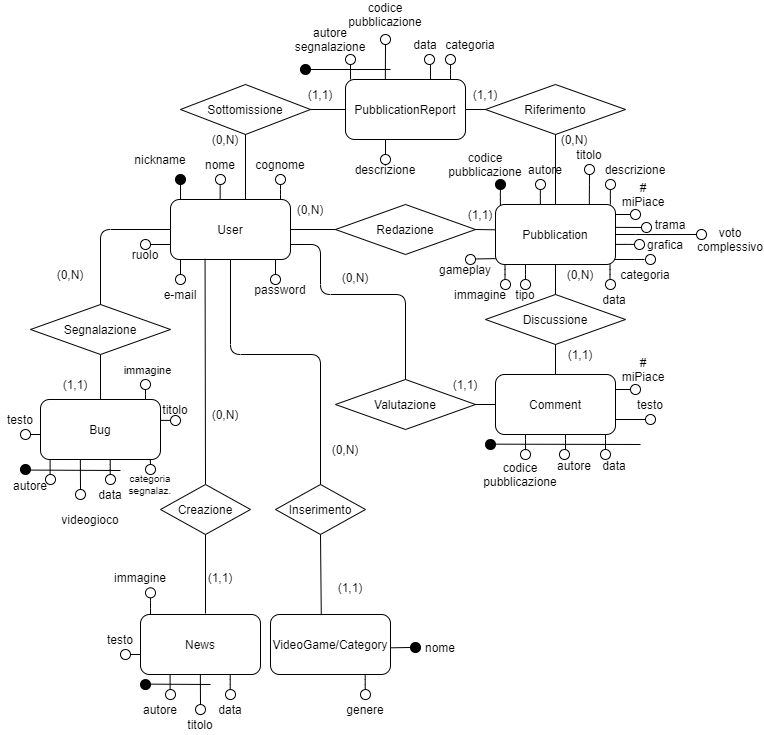
This is SDD/Schema E-R/ER-Ristrutturato.png from StraGame/StraGame, a draw.io export, as it was before one commit. Source tidied: cells renumbered, new cells last; positions are measured from the earlier drawing's top-left corner, leaving out a move shared by most shapes.
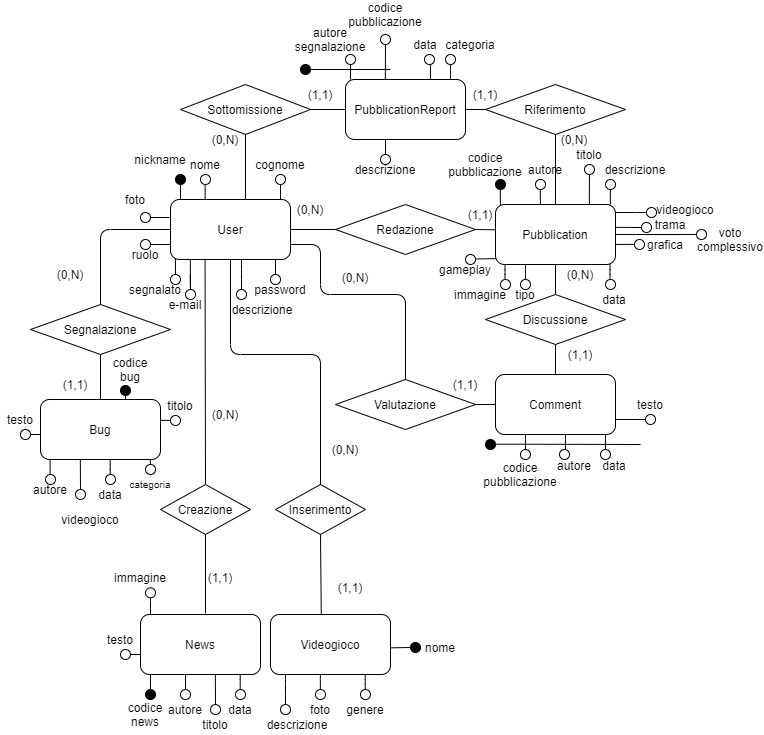
The same diagram one commit later.

The edit, as a diff of the source:
```diff
@@ -107,7 +107,7 @@
     <mxCell id="29" value="Inserimento" style="rhombus;whiteSpace=wrap;html=1;" parent="1" vertex="1">
       <mxGeometry x="275" y="480" width="90" height="50" as="geometry" />
     </mxCell>
-    <mxCell id="30" value="VideoGame/Category" style="rounded=1;whiteSpace=wrap;html=1;" parent="1" vertex="1">
+    <mxCell id="30" value="Videogioco" style="rounded=1;whiteSpace=wrap;html=1;" parent="1" vertex="1">
       <mxGeometry x="270" y="610" width="120" height="60" as="geometry" />
     </mxCell>
     <mxCell id="31" style="endArrow=none;html=1;entryX=0.5;entryY=1;entryDx=0;entryDy=0;exitX=0.423;exitY=-0.01;exitDx=0;exitDy=0;exitPerimeter=0;" parent="1" edge="1" source="30" target="29">
@@ -135,8 +135,8 @@
     </mxCell>
     <mxCell id="36" style="endArrow=none;html=1;" parent="1" edge="1">
       <mxGeometry relative="1" as="geometry">
-        <mxPoint x="219.7" y="195" as="sourcePoint" />
-        <mxPoint x="219.7" y="180" as="targetPoint" />
+        <mxPoint x="204.7" y="195" as="sourcePoint" />
+        <mxPoint x="204.7" y="180" as="targetPoint" />
       </mxGeometry>
     </mxCell>
     <mxCell id="37" style="endArrow=none;html=1;" parent="1" edge="1">
@@ -149,7 +149,7 @@
       </mxGeometry>
     </mxCell>
     <mxCell id="38" style="ellipse;whiteSpace=wrap;html=1;fillColor=none;" parent="1" vertex="1">
-      <mxGeometry x="215" y="170" width="10" height="10" as="geometry" />
+      <mxGeometry x="200" y="170" width="10" height="10" as="geometry" />
     </mxCell>
     <mxCell id="39" style="ellipse;whiteSpace=wrap;html=1;fillColor=none;" parent="1" vertex="1">
       <mxGeometry x="275" y="170" width="10" height="10" as="geometry" />
@@ -165,18 +165,18 @@
     </mxCell>
     <mxCell id="43" style="endArrow=none;html=1;" parent="1" edge="1">
       <mxGeometry relative="1" as="geometry">
-        <mxPoint x="180" y="270" as="sourcePoint" />
-        <mxPoint x="180" y="255" as="targetPoint" />
+        <mxPoint x="189.8" y="270" as="sourcePoint" />
+        <mxPoint x="189.8" y="255" as="targetPoint" />
         <Array as="points">
-          <mxPoint x="180" y="270" />
+          <mxPoint x="190" y="290" />
         </Array>
       </mxGeometry>
     </mxCell>
     <mxCell id="44" style="ellipse;whiteSpace=wrap;html=1;fillColor=none;" parent="1" vertex="1">
-      <mxGeometry x="175" y="270" width="10" height="10" as="geometry" />
+      <mxGeometry x="185" y="285" width="10" height="10" as="geometry" />
     </mxCell>
     <mxCell id="45" value="e-mail" style="text;html=1;strokeColor=none;fillColor=none;align=center;verticalAlign=middle;whiteSpace=wrap;rounded=0;" parent="1" vertex="1">
-      <mxGeometry x="160" y="280" width="40" height="20" as="geometry" />
+      <mxGeometry x="165" y="290" width="40" height="20" as="geometry" />
     </mxCell>
     <mxCell id="46" style="endArrow=none;html=1;" parent="1" edge="1">
       <mxGeometry relative="1" as="geometry">
@@ -229,7 +229,7 @@
       <mxGeometry x="365" y="155" width="40" height="20" as="geometry" />
     </mxCell>
     <mxCell id="57" value="nome" style="text;html=1;strokeColor=none;fillColor=none;align=center;verticalAlign=middle;whiteSpace=wrap;rounded=0;" parent="1" vertex="1">
-      <mxGeometry x="200" y="150" width="40" height="20" as="geometry" />
+      <mxGeometry x="185" y="150" width="40" height="20" as="geometry" />
     </mxCell>
     <mxCell id="58" value="nickname&lt;span style=&quot;color: rgba(0 , 0 , 0 , 0) ; font-family: monospace ; font-size: 0px&quot;&gt;%3CmxGraphModel%3E%3Croot%3E%3CmxCell%20id%3D%220%22%2F%3E%3CmxCell%20id%3D%221%22%20parent%3D%220%22%2F%3E%3CmxCell%20id%3D%222%22%20value%3D%22autore%22%20style%3D%22text%3Bhtml%3D1%3BstrokeColor%3Dnone%3BfillColor%3Dnone%3Balign%3Dcenter%3BverticalAlign%3Dmiddle%3BwhiteSpace%3Dwrap%3Brounded%3D0%3B%22%20vertex%3D%221%22%20parent%3D%221%22%3E%3CmxGeometry%20x%3D%22300%22%20y%3D%2270%22%20width%3D%2240%22%20height%3D%2220%22%20as%3D%22geometry%22%2F%3E%3C%2FmxCell%3E%3C%2Froot%3E%3C%2FmxGraphModel%3E&lt;/span&gt;" style="text;html=1;strokeColor=none;fillColor=none;align=center;verticalAlign=middle;whiteSpace=wrap;rounded=0;" parent="1" vertex="1">
       <mxGeometry x="140" y="145" width="40" height="20" as="geometry" />
@@ -403,21 +403,6 @@
     <mxCell id="94" value="voto complessivo" style="text;html=1;strokeColor=none;fillColor=none;align=center;verticalAlign=middle;whiteSpace=wrap;rounded=0;" parent="1" vertex="1">
       <mxGeometry x="710" y="225" width="40" height="20" as="geometry" />
     </mxCell>
-    <mxCell id="95" style="endArrow=none;html=1;exitX=1;exitY=0.583;exitDx=0;exitDy=0;exitPerimeter=0;" parent="1" edge="1">
-      <mxGeometry relative="1" as="geometry">
-        <mxPoint x="614" y="255" as="sourcePoint" />
-        <mxPoint x="644" y="255" as="targetPoint" />
-        <Array as="points">
-          <mxPoint x="643.9" y="255" />
-        </Array>
-      </mxGeometry>
-    </mxCell>
-    <mxCell id="96" style="ellipse;whiteSpace=wrap;html=1;fillColor=none;" parent="1" vertex="1">
-      <mxGeometry x="645" y="250" width="10" height="10" as="geometry" />
-    </mxCell>
-    <mxCell id="97" value="categoria" style="text;html=1;strokeColor=none;fillColor=none;align=center;verticalAlign=middle;whiteSpace=wrap;rounded=0;" parent="1" vertex="1">
-      <mxGeometry x="625" y="260" width="40" height="20" as="geometry" />
-    </mxCell>
     <mxCell id="98" style="ellipse;whiteSpace=wrap;html=1;fillColor=none;" parent="1" vertex="1">
       <mxGeometry x="520" y="445" width="10" height="10" as="geometry" />
     </mxCell>
@@ -484,11 +469,6 @@
         <mxPoint x="640" y="440" as="targetPoint" />
       </mxGeometry>
     </mxCell>
-    <mxCell id="112" style="endArrow=none;html=1;entryX=0.504;entryY=-0.271;entryDx=0;entryDy=0;entryPerimeter=0;" parent="1" edge="1" target="120">
-      <mxGeometry relative="1" as="geometry">
-        <mxPoint x="120" y="466" as="sourcePoint" />
-      </mxGeometry>
-    </mxCell>
     <mxCell id="113" style="endArrow=none;html=1;" parent="1" edge="1">
       <mxGeometry relative="1" as="geometry">
         <mxPoint x="49.6" y="470" as="sourcePoint" />
@@ -520,15 +500,15 @@
       <mxGeometry y="405" width="40" height="20" as="geometry" />
     </mxCell>
     <mxCell id="120" value="autore" style="text;html=1;strokeColor=none;fillColor=none;align=center;verticalAlign=middle;whiteSpace=wrap;rounded=0;" parent="1" vertex="1">
-      <mxGeometry x="10" y="471" width="40" height="20" as="geometry" />
+      <mxGeometry x="30" y="475" width="40" height="20" as="geometry" />
     </mxCell>
     <mxCell id="121" value="data" style="text;html=1;strokeColor=none;fillColor=none;align=center;verticalAlign=middle;whiteSpace=wrap;rounded=0;" parent="1" vertex="1">
       <mxGeometry x="90" y="480" width="40" height="20" as="geometry" />
     </mxCell>
     <mxCell id="122" style="ellipse;whiteSpace=wrap;html=1;fillColor=#000000;" parent="1" vertex="1">
-      <mxGeometry x="20" y="460" width="10" height="10" as="geometry" />
+      <mxGeometry x="120" y="381" width="10" height="10" as="geometry" />
     </mxCell>
-    <mxCell id="123" value="categoria&lt;br style=&quot;font-size: 10px;&quot;&gt;segnalaz." style="text;html=1;strokeColor=none;fillColor=none;align=center;verticalAlign=middle;whiteSpace=wrap;rounded=0;fontSize=10;" parent="1" vertex="1">
+    <mxCell id="123" value="categoria" style="text;html=1;strokeColor=none;fillColor=none;align=center;verticalAlign=middle;whiteSpace=wrap;rounded=0;fontSize=10;" parent="1" vertex="1">
       <mxGeometry x="130" y="470" width="40" height="20" as="geometry" />
     </mxCell>
     <mxCell id="124" style="endArrow=none;html=1;" parent="1" edge="1">
@@ -540,52 +520,46 @@
     <mxCell id="125" style="ellipse;whiteSpace=wrap;html=1;fillColor=none;" parent="1" vertex="1">
       <mxGeometry x="145" y="460" width="10" height="10" as="geometry" />
     </mxCell>
-    <mxCell id="126" style="endArrow=none;html=1;entryX=0.504;entryY=-0.271;entryDx=0;entryDy=0;entryPerimeter=0;" parent="1" edge="1">
-      <mxGeometry relative="1" as="geometry">
-        <mxPoint x="210" y="680" as="sourcePoint" />
-        <mxPoint x="150.2" y="679.6" as="targetPoint" />
-      </mxGeometry>
-    </mxCell>
     <mxCell id="127" style="endArrow=none;html=1;" parent="1" edge="1">
       <mxGeometry relative="1" as="geometry">
-        <mxPoint x="169.6" y="685.1" as="sourcePoint" />
-        <mxPoint x="169.6" y="670.1" as="targetPoint" />
+        <mxPoint x="185" y="685.1" as="sourcePoint" />
+        <mxPoint x="185" y="670.1" as="targetPoint" />
       </mxGeometry>
     </mxCell>
     <mxCell id="128" style="ellipse;whiteSpace=wrap;html=1;fillColor=none;" parent="1" vertex="1">
-      <mxGeometry x="165" y="685.1" width="10" height="10" as="geometry" />
+      <mxGeometry x="180" y="685.1" width="10" height="10" as="geometry" />
     </mxCell>
     <mxCell id="129" style="endArrow=none;html=1;entryX=0.332;entryY=0.999;entryDx=0;entryDy=0;entryPerimeter=0;exitX=0.5;exitY=0;exitDx=0;exitDy=0;" parent="1" edge="1" source="131">
       <mxGeometry relative="1" as="geometry">
-        <mxPoint x="199.8" y="670" as="targetPoint" />
+        <mxPoint x="214.8" y="670" as="targetPoint" />
       </mxGeometry>
     </mxCell>
     <mxCell id="130" style="endArrow=none;html=1;" parent="1" edge="1">
       <mxGeometry relative="1" as="geometry">
-        <mxPoint x="229.7" y="685.1" as="sourcePoint" />
-        <mxPoint x="229.7" y="670.1" as="targetPoint" />
+        <mxPoint x="239.7" y="685.1" as="sourcePoint" />
+        <mxPoint x="239.7" y="670.1" as="targetPoint" />
         <Array as="points">
-          <mxPoint x="229.7" y="680.1" />
+          <mxPoint x="239.7" y="680.1" />
         </Array>
       </mxGeometry>
     </mxCell>
     <mxCell id="131" style="ellipse;whiteSpace=wrap;html=1;fillColor=none;" parent="1" vertex="1">
-      <mxGeometry x="195" y="700.1" width="10" height="10" as="geometry" />
+      <mxGeometry x="210" y="700.1" width="10" height="10" as="geometry" />
     </mxCell>
     <mxCell id="132" style="ellipse;whiteSpace=wrap;html=1;fillColor=none;" parent="1" vertex="1">
-      <mxGeometry x="225" y="685.1" width="10" height="10" as="geometry" />
+      <mxGeometry x="235" y="685.1" width="10" height="10" as="geometry" />
     </mxCell>
     <mxCell id="133" value="titolo" style="text;html=1;strokeColor=none;fillColor=none;align=center;verticalAlign=middle;whiteSpace=wrap;rounded=0;" parent="1" vertex="1">
-      <mxGeometry x="180" y="710.1" width="40" height="20" as="geometry" />
+      <mxGeometry x="195" y="710.1" width="40" height="20" as="geometry" />
     </mxCell>
     <mxCell id="134" value="data" style="text;html=1;strokeColor=none;fillColor=none;align=center;verticalAlign=middle;whiteSpace=wrap;rounded=0;" parent="1" vertex="1">
-      <mxGeometry x="210" y="695.1" width="40" height="20" as="geometry" />
+      <mxGeometry x="220" y="695.1" width="40" height="20" as="geometry" />
     </mxCell>
     <mxCell id="135" style="ellipse;whiteSpace=wrap;html=1;fillColor=#000000;" parent="1" vertex="1">
-      <mxGeometry x="140" y="675.1" width="10" height="10" as="geometry" />
+      <mxGeometry x="145" y="685.1" width="10" height="10" as="geometry" />
     </mxCell>
     <mxCell id="136" value="autore" style="text;html=1;strokeColor=none;fillColor=none;align=center;verticalAlign=middle;whiteSpace=wrap;rounded=0;" parent="1" vertex="1">
-      <mxGeometry x="140" y="695.1" width="40" height="20" as="geometry" />
+      <mxGeometry x="165" y="695.1" width="40" height="20" as="geometry" />
     </mxCell>
     <mxCell id="137" style="endArrow=none;html=1;" parent="1" edge="1">
       <mxGeometry relative="1" as="geometry">
@@ -626,30 +600,6 @@
     <mxCell id="145" value="immagine" style="text;html=1;strokeColor=none;fillColor=none;align=center;verticalAlign=middle;whiteSpace=wrap;rounded=0;" parent="1" vertex="1">
       <mxGeometry x="120" y="563.3" width="40" height="20" as="geometry" />
     </mxCell>
-    <mxCell id="146" style="endArrow=none;html=1;exitX=1;exitY=0.583;exitDx=0;exitDy=0;exitPerimeter=0;" parent="1" edge="1">
-      <mxGeometry relative="1" as="geometry">
-        <mxPoint x="615" y="210" as="sourcePoint" />
-        <mxPoint x="630" y="210" as="targetPoint" />
-      </mxGeometry>
-    </mxCell>
-    <mxCell id="147" style="ellipse;whiteSpace=wrap;html=1;fillColor=none;" parent="1" vertex="1">
-      <mxGeometry x="630" y="205" width="10" height="10" as="geometry" />
-    </mxCell>
-    <mxCell id="148" value="# miPiace" style="text;html=1;strokeColor=none;fillColor=none;align=center;verticalAlign=middle;whiteSpace=wrap;rounded=0;" parent="1" vertex="1">
-      <mxGeometry x="622.5" y="180" width="40" height="20" as="geometry" />
-    </mxCell>
-    <mxCell id="149" style="endArrow=none;html=1;exitX=1;exitY=0.583;exitDx=0;exitDy=0;exitPerimeter=0;" parent="1" edge="1">
-      <mxGeometry relative="1" as="geometry">
-        <mxPoint x="615" y="385" as="sourcePoint" />
-        <mxPoint x="630" y="385" as="targetPoint" />
-      </mxGeometry>
-    </mxCell>
-    <mxCell id="150" style="ellipse;whiteSpace=wrap;html=1;fillColor=none;" parent="1" vertex="1">
-      <mxGeometry x="630" y="380" width="10" height="10" as="geometry" />
-    </mxCell>
-    <mxCell id="151" value="# miPiace" style="text;html=1;strokeColor=none;fillColor=none;align=center;verticalAlign=middle;whiteSpace=wrap;rounded=0;" parent="1" vertex="1">
-      <mxGeometry x="622.5" y="355" width="40" height="20" as="geometry" />
-    </mxCell>
     <mxCell id="152" style="endArrow=none;html=1;fontSize=10;" parent="1" edge="1">
       <mxGeometry relative="1" as="geometry">
         <mxPoint x="390" y="643.3" as="sourcePoint" />
@@ -750,7 +700,7 @@
       <mxGeometry relative="1" as="geometry" />
     </mxCell>
     <mxCell id="180" value="titolo" style="text;html=1;strokeColor=none;fillColor=none;align=center;verticalAlign=middle;whiteSpace=wrap;rounded=0;" parent="1" vertex="1">
-      <mxGeometry x="155" y="395" width="40" height="20" as="geometry" />
+      <mxGeometry x="160" y="391" width="40" height="20" as="geometry" />
     </mxCell>
     <mxCell id="181" style="endArrow=none;html=1;" parent="1" edge="1">
       <mxGeometry relative="1" as="geometry">
@@ -761,20 +711,106 @@
     <mxCell id="182" style="ellipse;whiteSpace=wrap;html=1;fillColor=none;" parent="1" vertex="1">
       <mxGeometry x="170" y="411" width="10" height="10" as="geometry" />
     </mxCell>
-    <mxCell id="183" style="endArrow=none;html=1;entryX=0.5;entryY=1;entryDx=0;entryDy=0;" parent="1" edge="1">
-      <mxGeometry relative="1" as="geometry">
-        <mxPoint x="145" y="395" as="sourcePoint" />
-        <mxPoint x="145" y="385" as="targetPoint" />
-        <Array as="points">
-          <mxPoint x="145" y="390" />
-        </Array>
-      </mxGeometry>
-    </mxCell>
-    <mxCell id="184" style="ellipse;whiteSpace=wrap;html=1;fillColor=none;" parent="1" vertex="1">
-      <mxGeometry x="140" y="375" width="10" height="10" as="geometry" />
-    </mxCell>
-    <mxCell id="185" value="&lt;font style=&quot;font-size: 11px&quot;&gt;immagine&lt;/font&gt;" style="text;html=1;strokeColor=none;fillColor=none;align=center;verticalAlign=middle;whiteSpace=wrap;rounded=0;" parent="1" vertex="1">
-      <mxGeometry x="128" y="355" width="39" height="20" as="geometry" />
-    </mxCell>
+    <mxCell id="186" style="ellipse;whiteSpace=wrap;html=1;fillColor=none;" parent="1" vertex="1">
+      <mxGeometry x="315" y="685.1" width="10" height="10" as="geometry" />
+    </mxCell>
+    <mxCell id="187" value="foto" style="text;html=1;strokeColor=none;fillColor=none;align=center;verticalAlign=middle;whiteSpace=wrap;rounded=0;" parent="1" vertex="1">
+      <mxGeometry x="300" y="695.1" width="40" height="20" as="geometry" />
+    </mxCell>
+    <mxCell id="188" style="endArrow=none;html=1;" parent="1" edge="1">
+      <mxGeometry relative="1" as="geometry">
+        <mxPoint x="319.9" y="685" as="sourcePoint" />
+        <mxPoint x="319.9" y="670" as="targetPoint" />
+        <Array as="points">
+          <mxPoint x="319.9" y="680" />
+        </Array>
+      </mxGeometry>
+    </mxCell>
+    <mxCell id="189" style="endArrow=none;html=1;" parent="1" edge="1">
+      <mxGeometry relative="1" as="geometry">
+        <mxPoint x="285" y="700" as="sourcePoint" />
+        <mxPoint x="285" y="670.1" as="targetPoint" />
+        <Array as="points">
+          <mxPoint x="285" y="680.1" />
+        </Array>
+      </mxGeometry>
+    </mxCell>
+    <mxCell id="190" value="descrizione" style="text;html=1;strokeColor=none;fillColor=none;align=center;verticalAlign=middle;whiteSpace=wrap;rounded=0;" parent="1" vertex="1">
+      <mxGeometry x="275" y="710.1" width="44" height="20" as="geometry" />
+    </mxCell>
+    <mxCell id="191" style="ellipse;whiteSpace=wrap;html=1;fillColor=none;" parent="1" vertex="1">
+      <mxGeometry x="280" y="700.1" width="10" height="10" as="geometry" />
+    </mxCell>
+    <mxCell id="192" style="ellipse;whiteSpace=wrap;html=1;fillColor=none;" parent="1" vertex="1">
+      <mxGeometry x="140" y="208" width="10" height="10" as="geometry" />
+    </mxCell>
+    <mxCell id="193" style="endArrow=none;html=1;exitX=-0.008;exitY=0.3;exitDx=0;exitDy=0;exitPerimeter=0;entryX=1;entryY=0.5;entryDx=0;entryDy=0;" parent="1" edge="1" source="3" target="192">
+      <mxGeometry relative="1" as="geometry" />
+    </mxCell>
+    <mxCell id="194" style="endArrow=none;html=1;" parent="1" edge="1">
+      <mxGeometry relative="1" as="geometry">
+        <mxPoint x="241" y="284.9" as="sourcePoint" />
+        <mxPoint x="241" y="255" as="targetPoint" />
+        <Array as="points">
+          <mxPoint x="241" y="265" />
+        </Array>
+      </mxGeometry>
+    </mxCell>
+    <mxCell id="195" value="descrizione" style="text;html=1;strokeColor=none;fillColor=none;align=center;verticalAlign=middle;whiteSpace=wrap;rounded=0;" parent="1" vertex="1">
+      <mxGeometry x="240" y="295" width="44" height="20" as="geometry" />
+    </mxCell>
+    <mxCell id="196" style="ellipse;whiteSpace=wrap;html=1;fillColor=none;" parent="1" vertex="1">
+      <mxGeometry x="236" y="285" width="10" height="10" as="geometry" />
+    </mxCell>
+    <mxCell id="197" value="foto" style="text;html=1;strokeColor=none;fillColor=none;align=center;verticalAlign=middle;whiteSpace=wrap;rounded=0;" parent="1" vertex="1">
+      <mxGeometry x="115" y="185" width="40" height="20" as="geometry" />
+    </mxCell>
+    <mxCell id="198" value="segnalato" style="text;html=1;strokeColor=none;fillColor=none;align=center;verticalAlign=middle;whiteSpace=wrap;rounded=0;" parent="1" vertex="1">
+      <mxGeometry x="135" y="275" width="40" height="20" as="geometry" />
+    </mxCell>
+    <mxCell id="199" style="endArrow=none;html=1;entryX=0.041;entryY=0.99;entryDx=0;entryDy=0;entryPerimeter=0;" parent="1" edge="1" target="3">
+      <mxGeometry relative="1" as="geometry">
+        <mxPoint x="175" y="270" as="sourcePoint" />
+        <Array as="points">
+          <mxPoint x="175" y="270" />
+        </Array>
+      </mxGeometry>
+    </mxCell>
+    <mxCell id="200" style="ellipse;whiteSpace=wrap;html=1;fillColor=none;" parent="1" vertex="1">
+      <mxGeometry x="170" y="270" width="10" height="10" as="geometry" />
+    </mxCell>
+    <mxCell id="201" style="endArrow=none;html=1;exitX=1;exitY=0.583;exitDx=0;exitDy=0;exitPerimeter=0;entryX=0;entryY=0.5;entryDx=0;entryDy=0;" parent="1" edge="1">
+      <mxGeometry relative="1" as="geometry">
+        <mxPoint x="615" y="208" as="sourcePoint" />
+        <mxPoint x="646" y="208" as="targetPoint" />
+        <Array as="points">
+          <mxPoint x="644.9" y="208" />
+        </Array>
+      </mxGeometry>
+    </mxCell>
+    <mxCell id="202" style="ellipse;whiteSpace=wrap;html=1;fillColor=none;" parent="1" vertex="1">
+      <mxGeometry x="646" y="203" width="10" height="10" as="geometry" />
+    </mxCell>
+    <mxCell id="203" value="videogioco" style="text;html=1;strokeColor=none;fillColor=none;align=center;verticalAlign=middle;whiteSpace=wrap;rounded=0;" parent="1" vertex="1">
+      <mxGeometry x="665" y="195" width="40" height="20" as="geometry" />
+    </mxCell>
+    <mxCell id="204" style="endArrow=none;html=1;" parent="1" edge="1">
+      <mxGeometry relative="1" as="geometry">
+        <mxPoint x="150" y="685.1" as="sourcePoint" />
+        <mxPoint x="150" y="670.1" as="targetPoint" />
+      </mxGeometry>
+    </mxCell>
+    <mxCell id="205" value="codice news" style="text;html=1;strokeColor=none;fillColor=none;align=center;verticalAlign=middle;whiteSpace=wrap;rounded=0;" parent="1" vertex="1">
+      <mxGeometry x="125" y="700.1" width="40" height="20" as="geometry" />
+    </mxCell>
+    <mxCell id="206" style="endArrow=none;html=1;" parent="1" edge="1">
+      <mxGeometry relative="1" as="geometry">
+        <mxPoint x="125" y="395" as="sourcePoint" />
+        <mxPoint x="125" y="390" as="targetPoint" />
+      </mxGeometry>
+    </mxCell>
+    <mxCell id="207" value="codice bug" style="text;html=1;strokeColor=none;fillColor=none;align=center;verticalAlign=middle;whiteSpace=wrap;rounded=0;" parent="1" vertex="1">
+      <mxGeometry x="110" y="355" width="40" height="20" as="geometry" />
+    </mxCell>
   </root>
 </mxGraphModel>
```
